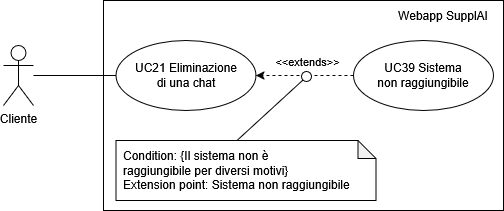
Above: 2 - RTB/imgs/eliminazione-chat.png in CodeHex16/documentazione (draw.io), before the change. Source tidied: cells renumbered, new cells last; positions are measured from the earlier drawing's top-left corner, leaving out a move shared by most shapes.
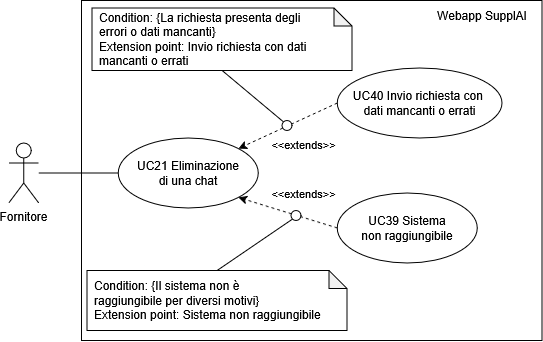
After the commit.

Commit message:
Modificata figura 23 uc35 e figura 13

What changed in the source:
```diff
@@ -3,39 +3,59 @@
     <mxCell id="0" />
     <mxCell id="1" parent="0" />
     <mxCell id="2" style="rounded=0;whiteSpace=wrap;html=1;fillColor=none;align=right;" parent="1" vertex="1">
-      <mxGeometry x="100" width="400" height="210" as="geometry" />
+      <mxGeometry x="-708.9" y="950" width="460.5" height="340" as="geometry" />
     </mxCell>
-    <mxCell id="3" value="Cliente" style="shape=umlActor;verticalLabelPosition=bottom;verticalAlign=top;html=1;outlineConnect=0;" parent="1" vertex="1">
-      <mxGeometry y="45" width="30" height="60" as="geometry" />
+    <mxCell id="3" value="Webapp SupplAI" style="text;html=1;align=center;verticalAlign=middle;whiteSpace=wrap;rounded=0;" parent="1" vertex="1">
+      <mxGeometry x="-368.4" y="950" width="120" height="30" as="geometry" />
     </mxCell>
-    <mxCell id="4" style="endArrow=none;html=1;rounded=0;entryX=0;entryY=0.5;entryDx=0;entryDy=0;" parent="1" edge="1" source="3" target="5">
-      <mxGeometry relative="1" as="geometry" />
+    <mxCell id="4" value="Fornitore" style="shape=umlActor;verticalLabelPosition=bottom;verticalAlign=top;html=1;outlineConnect=0;" parent="1" vertex="1">
+      <mxGeometry x="-781.6" y="1092.5" width="30" height="60" as="geometry" />
     </mxCell>
-    <mxCell id="5" value="&lt;div&gt;UC21 Eliminazione&lt;/div&gt;&lt;div&gt;di una chat&lt;/div&gt;" style="ellipse;whiteSpace=wrap;html=1;" parent="1" vertex="1">
-      <mxGeometry x="112.5" y="40" width="140" height="70" as="geometry" />
+    <mxCell id="5" value="&lt;div&gt;UC39 Sistema&lt;/div&gt;&lt;div&gt;non raggiungibile&lt;/div&gt;" style="ellipse;whiteSpace=wrap;html=1;" parent="1" vertex="1">
+      <mxGeometry x="-453.1" y="1142.5" width="140" height="70" as="geometry" />
     </mxCell>
-    <mxCell id="6" style="rounded=0;jettySize=auto;html=1;endArrow=none;endFill=0;endSize=20;startFill=0;entryX=0;entryY=1;entryDx=0;entryDy=0;exitX=0;exitY=0;exitDx=121;exitDy=0;exitPerimeter=0;" parent="1" edge="1" source="10" target="9">
-      <mxGeometry relative="1" as="geometry" />
+    <mxCell id="6" value="&lt;div&gt;UC40 Invio richiesta con&amp;nbsp;&lt;/div&gt;&lt;div&gt;dati mancanti o errati&lt;/div&gt;" style="ellipse;whiteSpace=wrap;html=1;" parent="1" vertex="1">
+      <mxGeometry x="-453.1" y="1017.5" width="164.8" height="70" as="geometry" />
     </mxCell>
-    <mxCell id="7" style="rounded=0;jettySize=auto;html=1;entryX=1;entryY=0.5;entryDx=0;entryDy=0;dashed=1;" parent="1" edge="1" source="11" target="5">
+    <mxCell id="7" style="rounded=0;jettySize=auto;html=1;exitX=0;exitY=0.5;exitDx=0;exitDy=0;endArrow=none;startFill=0;" parent="1" edge="1" source="8" target="4">
       <mxGeometry relative="1" as="geometry" />
     </mxCell>
-    <mxCell id="8" value="&amp;lt;&amp;lt;extends&amp;gt;&amp;gt;" style="edgeLabel;html=1;align=center;verticalAlign=middle;points=[];" parent="7" vertex="1">
-      <mxGeometry x="0.2" y="5" relative="1" as="geometry">
-        <mxPoint x="12" y="-19" as="offset" />
-      </mxGeometry>
+    <mxCell id="8" value="&lt;div&gt;UC21 Eliminazione&lt;/div&gt;&lt;div&gt;di una chat&lt;/div&gt;" style="ellipse;whiteSpace=wrap;html=1;" parent="1" vertex="1">
+      <mxGeometry x="-672.1" y="1087.5" width="140" height="70" as="geometry" />
     </mxCell>
-    <mxCell id="9" style="ellipse;whiteSpace=wrap;html=1;" parent="1" vertex="1">
-      <mxGeometry x="298" y="71" width="10" height="10" as="geometry" />
+    <mxCell id="9" style="rounded=0;jettySize=auto;html=1;entryX=1;entryY=0;entryDx=0;entryDy=0;dashed=1;exitX=0;exitY=0.5;exitDx=0;exitDy=0;" parent="1" edge="1" source="6" target="8">
+      <mxGeometry relative="1" as="geometry" />
     </mxCell>
-    <mxCell id="10" value="&lt;div align=&quot;left&quot; style=&quot;padding-left: 5px;&quot;&gt;Condition: {Il sistema non è &lt;br&gt;raggiungibile per diversi motivi}&lt;/div&gt;&lt;div align=&quot;left&quot; style=&quot;padding-left: 5px;&quot;&gt;Extension point: Sistema non raggiungibile&lt;/div&gt;" style="shape=note;whiteSpace=wrap;html=1;backgroundOutline=1;darkOpacity=0.05;size=18;align=left;" parent="1" vertex="1">
-      <mxGeometry x="112.5" y="140" width="260" height="60" as="geometry" />
+    <mxCell id="10" value="&amp;lt;&amp;lt;extends&amp;gt;&amp;gt;" style="edgeLabel;html=1;align=center;verticalAlign=middle;points=[];" parent="9" vertex="1">
+      <mxGeometry x="0.72" y="-4" relative="1" as="geometry">
+        <mxPoint x="52" y="5" as="offset" />
+      </mxGeometry>
     </mxCell>
-    <mxCell id="11" value="&lt;div&gt;UC39 Sistema&lt;/div&gt;&lt;div&gt;non raggiungibile&lt;/div&gt;" style="ellipse;whiteSpace=wrap;html=1;" parent="1" vertex="1">
-      <mxGeometry x="350" y="40" width="140" height="70" as="geometry" />
+    <mxCell id="11" style="rounded=0;jettySize=auto;html=1;entryX=1;entryY=1;entryDx=0;entryDy=0;dashed=1;exitX=0;exitY=0.5;exitDx=0;exitDy=0;" parent="1" edge="1" source="5" target="8">
+      <mxGeometry relative="1" as="geometry" />
     </mxCell>
-    <mxCell id="12" value="Webapp SupplAI" style="text;html=1;align=center;verticalAlign=middle;whiteSpace=wrap;rounded=0;" parent="1" vertex="1">
-      <mxGeometry x="380" width="120" height="30" as="geometry" />
+    <mxCell id="12" value="&amp;lt;&amp;lt;extends&amp;gt;&amp;gt;" style="edgeLabel;html=1;align=center;verticalAlign=middle;" parent="11" vertex="1">
+      <mxGeometry x="0.72" y="-4" relative="1" as="geometry">
+        <mxPoint x="49" y="-5" as="offset" />
+      </mxGeometry>
     </mxCell>
+    <mxCell id="13" value="&lt;div align=&quot;left&quot; style=&quot;padding-left: 5px;&quot;&gt;Condition: {La richiesta presenta degli&lt;/div&gt;&lt;div align=&quot;left&quot; style=&quot;padding-left: 5px;&quot;&gt;errori o dati mancanti}&lt;/div&gt;&lt;div align=&quot;left&quot; style=&quot;padding-left: 5px;&quot;&gt;Extension point: Invio richiesta con dati&lt;/div&gt;&lt;div align=&quot;left&quot; style=&quot;padding-left: 5px;&quot;&gt;mancanti o errati&lt;/div&gt;" style="shape=note;whiteSpace=wrap;html=1;backgroundOutline=1;darkOpacity=0.05;size=18;align=left;" parent="1" vertex="1">
+      <mxGeometry x="-698.4" y="957.5" width="260" height="62.5" as="geometry" />
+    </mxCell>
+    <mxCell id="14" style="rounded=0;jettySize=auto;html=1;endArrow=none;endFill=0;endSize=20;startFill=0;exitX=0.5;exitY=1;exitDx=0;exitDy=0;exitPerimeter=0;entryX=0;entryY=0;entryDx=0;entryDy=0;" parent="1" edge="1" source="13" target="15">
+      <mxGeometry relative="1" as="geometry" />
+    </mxCell>
+    <mxCell id="15" style="ellipse;whiteSpace=wrap;html=1;" parent="1" vertex="1">
+      <mxGeometry x="-508.4" y="1070" width="10" height="10" as="geometry" />
+    </mxCell>
+    <mxCell id="16" value="&lt;div align=&quot;left&quot; style=&quot;padding-left: 5px;&quot;&gt;Condition: {Il sistema non è&lt;br&gt;raggiungibile per diversi motivi}&lt;/div&gt;&lt;div align=&quot;left&quot; style=&quot;padding-left: 5px;&quot;&gt;Extension point: Sistema non raggiungibile&lt;/div&gt;" style="shape=note;whiteSpace=wrap;html=1;backgroundOutline=1;darkOpacity=0.05;size=18;align=left;" parent="1" vertex="1">
+      <mxGeometry x="-703.4" y="1220" width="260" height="60" as="geometry" />
+    </mxCell>
+    <mxCell id="17" style="rounded=0;jettySize=auto;html=1;endArrow=none;endFill=0;endSize=20;startFill=0;exitX=0.5;exitY=0;exitDx=0;exitDy=0;exitPerimeter=0;entryX=0;entryY=1;entryDx=0;entryDy=0;" parent="1" edge="1" source="16" target="18">
+      <mxGeometry relative="1" as="geometry" />
+    </mxCell>
+    <mxCell id="18" style="ellipse;whiteSpace=wrap;html=1;" parent="1" vertex="1">
+      <mxGeometry x="-499.4" y="1160" width="10" height="10" as="geometry" />
+    </mxCell>
   </root>
 </mxGraphModel>
```
